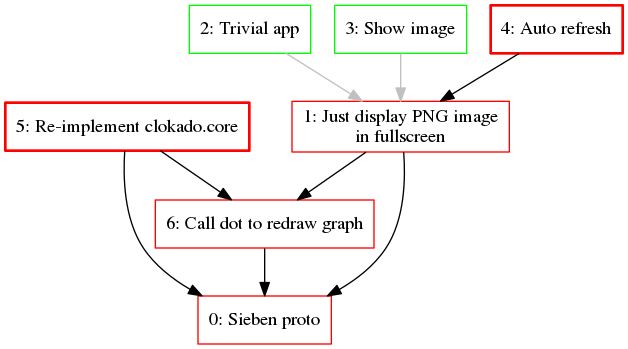
The Graphviz diagram doc/work.png in ahitrin/SiebenApp, before a commit. Its source is kept beside it as doc/work.dot.
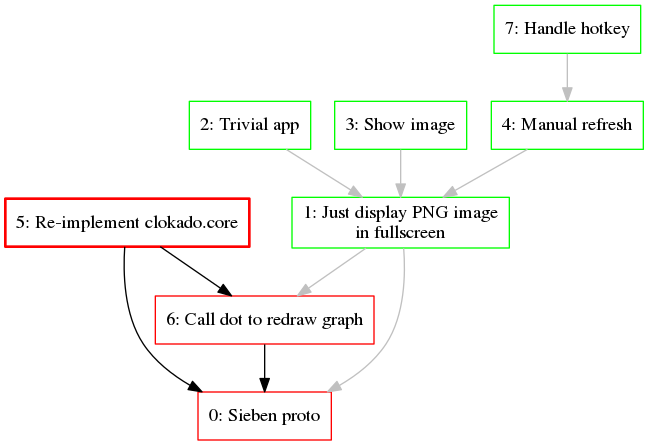
Above is the later version.

Commit message:
Update docs: manual refresh

Diff of the diagram source:
```diff
@@ -1,18 +1,20 @@
 digraph g {
 0 [label="0: Sieben proto", color="red", shape="box"];
 1 [label="1: Just display PNG image
-in fullscreen", color="red", shape="box"];
+in fullscreen", color="green", shape="box"];
 2 [label="2: Trivial app", color="green", shape="box"];
 3 [label="3: Show image", color="green", shape="box"];
-4 [label="4: Auto refresh", color="red", shape="box", style="bold"];
+4 [label="4: Manual refresh", color="green", shape="box"];
 5 [label="5: Re-implement clokado.core", color="red", shape="box", style="bold"];
 6 [label="6: Call dot to redraw graph", color="red", shape="box"];
-1 -> 0 [color="black"];
-1 -> 6 [color="black"];
+7 [label="7: Handle hotkey", color="green", shape="box"];
+1 -> 0 [color="grey"];
+1 -> 6 [color="grey"];
 2 -> 1 [color="grey"];
 3 -> 1 [color="grey"];
-4 -> 1 [color="black"];
+4 -> 1 [color="grey"];
 5 -> 0 [color="black"];
 5 -> 6 [color="black"];
 6 -> 0 [color="black"];
+7 -> 4 [color="grey"];
 }
```
